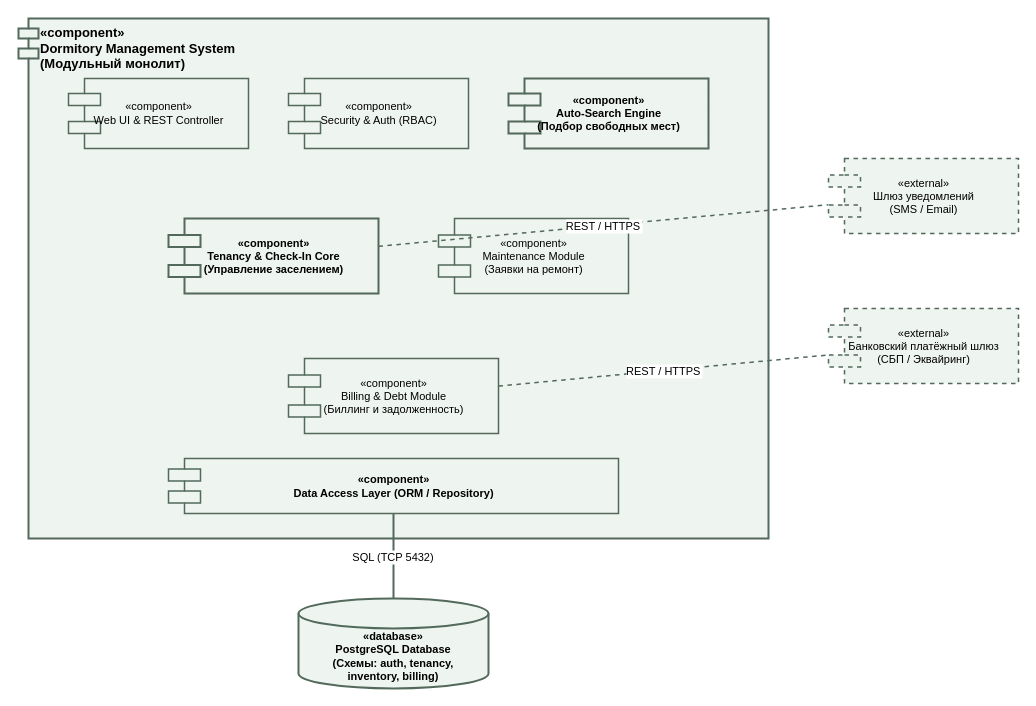
Before: docs/architecture/components.drawio in X2X13211/cursovaya, a draw.io diagram. Source tidied: cells renumbered, new cells numbered last; positions are measured from the earlier drawing's top-left corner, leaving out a move shared by most shapes. Both pictures are drawn from the tidied source at 100%, with x=0, y=0 at pixel (18, 18).
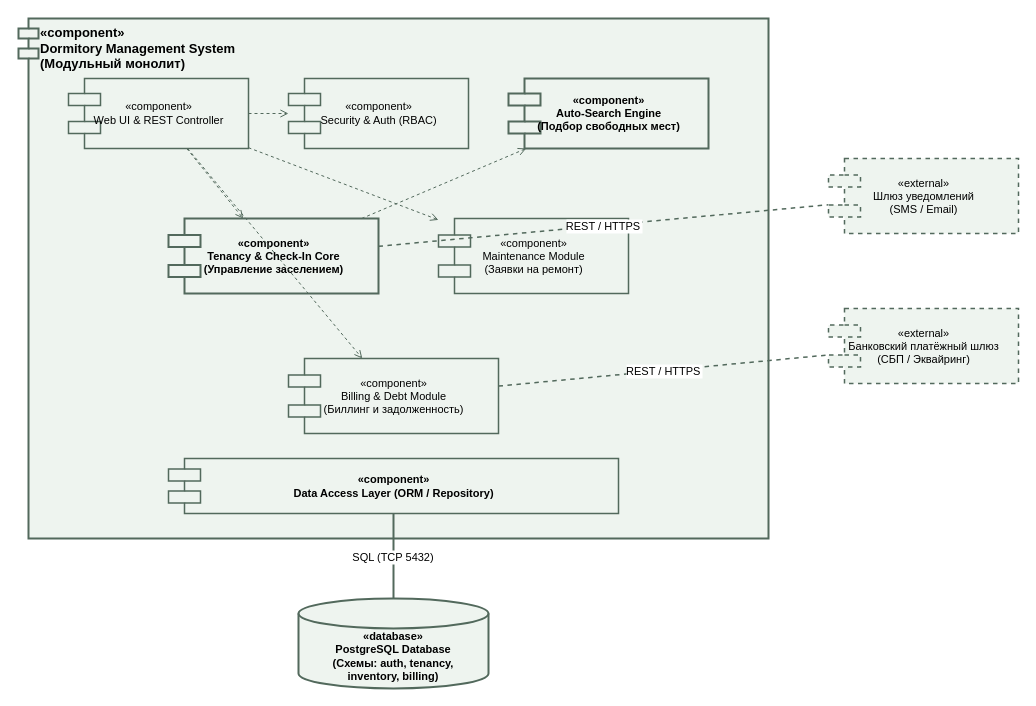
After the change.

Unchanged cells that the change refers to:
```xml
<mxCell id="3" value="«component»&#10;Web UI &amp; REST Controller" style="shape=component;align=center;html=1;fillColor=#EEF4EF;strokeColor=#52695C;strokeWidth=1.5;fontSize=11;fontFamily=Arial;" parent="2" vertex="1">
  <mxGeometry x="50" y="60" width="180" height="70" as="geometry" />
</mxCell>
<mxCell id="4" value="«component»&#10;Security &amp; Auth (RBAC)" style="shape=component;align=center;html=1;fillColor=#EEF4EF;strokeColor=#52695C;strokeWidth=1.5;fontSize=11;fontFamily=Arial;" parent="2" vertex="1">
  <mxGeometry x="270" y="60" width="180" height="70" as="geometry" />
</mxCell>
<mxCell id="5" value="«component»&#10;Auto-Search Engine&#10;(Подбор свободных мест)" style="shape=component;align=center;html=1;fillColor=#EEF4EF;strokeColor=#52695C;strokeWidth=2;fontSize=11;fontStyle=1;fontFamily=Arial;" parent="2" vertex="1">
  <mxGeometry x="490" y="60" width="200" height="70" as="geometry" />
</mxCell>
<mxCell id="6" value="«component»&#10;Tenancy &amp; Check-In Core&#10;(Управление заселением)" style="shape=component;align=center;html=1;fillColor=#EEF4EF;strokeColor=#52695C;strokeWidth=2;fontSize=11;fontStyle=1;fontFamily=Arial;" parent="2" vertex="1">
  <mxGeometry x="150" y="200" width="210" height="75" as="geometry" />
</mxCell>
<mxCell id="7" value="«component»&#10;Maintenance Module&#10;(Заявки на ремонт)" style="shape=component;align=center;html=1;fillColor=#EEF4EF;strokeColor=#52695C;strokeWidth=1.5;fontSize=11;fontFamily=Arial;" parent="2" vertex="1">
  <mxGeometry x="420" y="200" width="190" height="75" as="geometry" />
</mxCell>
<mxCell id="8" value="«component»&#10;Billing &amp; Debt Module&#10;(Биллинг и задолженность)" style="shape=component;align=center;html=1;fillColor=#EEF4EF;strokeColor=#52695C;strokeWidth=1.5;fontSize=11;fontFamily=Arial;" parent="2" vertex="1">
  <mxGeometry x="270" y="340" width="210" height="75" as="geometry" />
</mxCell>
```

Diff of the diagram source:
```diff
@@
+    <mxCell id="16" style="endArrow=open;endFill=0;strokeColor=#52695C;strokeWidth=1;dashed=1;fontFamily=Arial;" parent="1" edge="1" source="3" target="4">
+      <mxGeometry relative="1" as="geometry" />
+    </mxCell>
+    <mxCell id="17" style="endArrow=open;endFill=0;strokeColor=#52695C;strokeWidth=1;dashed=1;fontFamily=Arial;" parent="1" edge="1" source="3" target="6">
+      <mxGeometry relative="1" as="geometry" />
+    </mxCell>
+    <mxCell id="18" style="endArrow=open;endFill=0;strokeColor=#52695C;strokeWidth=1;dashed=1;fontFamily=Arial;" parent="1" edge="1" source="3" target="7">
+      <mxGeometry relative="1" as="geometry" />
+    </mxCell>
+    <mxCell id="19" style="endArrow=open;endFill=0;strokeColor=#52695C;strokeWidth=1;dashed=1;fontFamily=Arial;" parent="1" edge="1" source="3" target="8">
+      <mxGeometry relative="1" as="geometry" />
+    </mxCell>
+    <mxCell id="20" style="endArrow=open;endFill=0;strokeColor=#52695C;strokeWidth=1;dashed=1;fontFamily=Arial;" parent="1" edge="1" source="6" target="5">
+      <mxGeometry relative="1" as="geometry" />
+    </mxCell>
```
